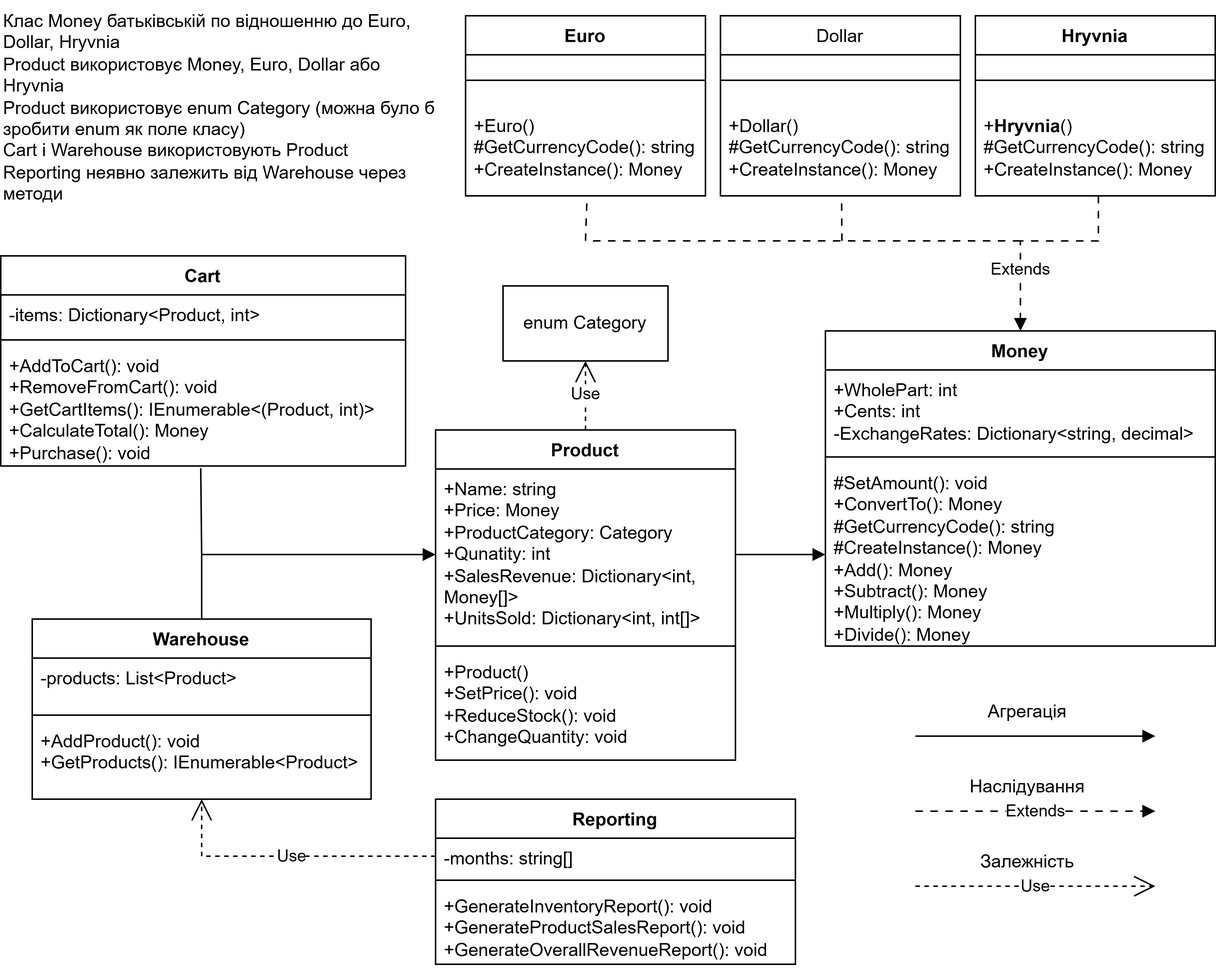
The draw.io diagram lab1/uml.png in ipzk241-zhdv/kpz, before a commit. Source tidied: cells renumbered, new cells last; positions are measured from the earlier drawing's top-left corner, leaving out a move shared by most shapes.
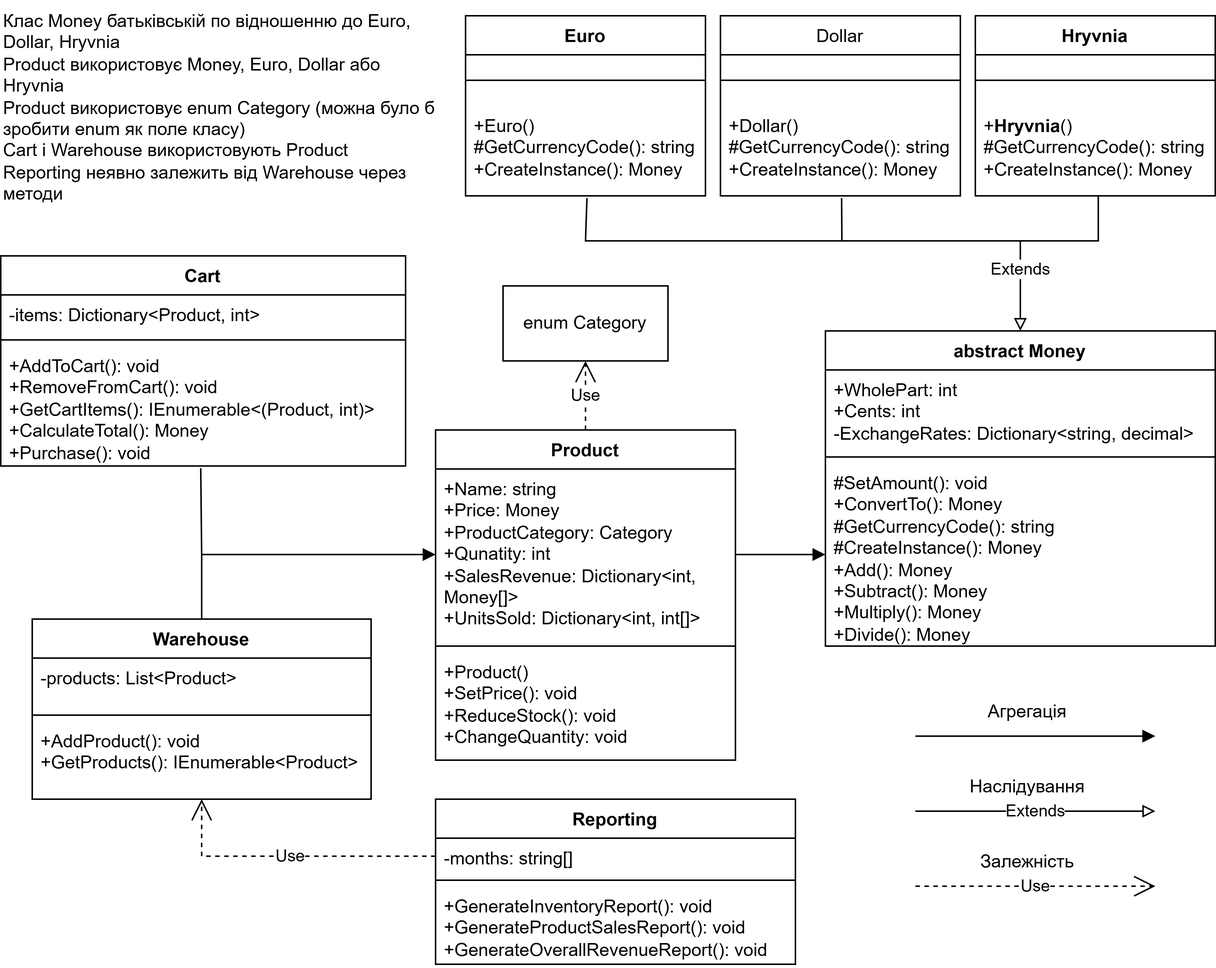
The same file after the commit.

Commit message:
lab1 readme, uml

Diff of the diagram source:
```diff
@@ -14,7 +14,7 @@
     <mxCell id="5" value="+AddToCart(): void&lt;div&gt;+RemoveFromCart(): void&lt;/div&gt;&lt;div&gt;+GetCartItems(): IEnumerable&amp;lt;(Product, int)&amp;gt;&lt;/div&gt;&lt;div&gt;+CalculateTotal(): Money&lt;/div&gt;&lt;div&gt;+Purchase(): void&lt;/div&gt;" style="text;strokeColor=none;fillColor=none;align=left;verticalAlign=top;spacingLeft=4;spacingRight=4;overflow=hidden;points=[[0,0.5],[1,0.5]];portConstraint=eastwest;whiteSpace=wrap;html=1;" parent="2" vertex="1">
       <mxGeometry y="60" width="270" height="80" as="geometry" />
     </mxCell>
-    <mxCell id="6" value="Money" style="swimlane;fontStyle=1;align=center;verticalAlign=top;horizontal=1;startSize=26;whiteSpace=wrap;html=1;" parent="1" vertex="1">
+    <mxCell id="6" value="abstract Money" style="swimlane;fontStyle=1;align=center;verticalAlign=top;horizontal=1;startSize=26;whiteSpace=wrap;html=1;" parent="1" vertex="1">
       <mxGeometry x="550" y="220" width="260" height="210" as="geometry" />
     </mxCell>
     <mxCell id="7" value="+WholePart: int&lt;div&gt;+Cents: int&lt;/div&gt;&lt;div&gt;-ExchangeRates: Dictionary&amp;lt;string, decimal&amp;gt;&lt;/div&gt;" style="text;strokeColor=none;fillColor=none;align=left;verticalAlign=top;spacingLeft=4;spacingRight=4;overflow=hidden;whiteSpace=wrap;html=1;" parent="6" vertex="1">
@@ -92,7 +92,7 @@
     <mxCell id="31" value="enum Category" style="html=1;whiteSpace=wrap;" parent="1" vertex="1">
       <mxGeometry x="335" y="190" width="110" height="50" as="geometry" />
     </mxCell>
-    <mxCell id="32" value="Extends" style="edgeStyle=orthogonalEdgeStyle;rounded=0;jettySize=auto;html=1;dashed=1;dashPattern=5 5;endArrow=block;" parent="1" edge="1" source="30" target="6">
+    <mxCell id="32" value="Extends" style="edgeStyle=orthogonalEdgeStyle;rounded=0;jettySize=auto;html=1;endArrow=block;endFill=0;" parent="1" edge="1" source="30" target="6">
       <mxGeometry x="0.42" relative="1" as="geometry">
         <Array as="points">
           <mxPoint x="732" y="160" />
@@ -124,7 +124,7 @@
     <mxCell id="38" value="Наслідування" style="text;html=1;align=center;verticalAlign=top;whiteSpace=wrap;rounded=0;" parent="1" vertex="1">
       <mxGeometry x="640" y="510" width="90" height="30" as="geometry" />
     </mxCell>
-    <mxCell id="39" value="Extends" style="edgeStyle=orthogonalEdgeStyle;rounded=0;orthogonalLoop=1;jettySize=auto;html=1;dashed=1;dashPattern=5 5;endArrow=block;" parent="1" edge="1">
+    <mxCell id="39" value="Extends" style="edgeStyle=orthogonalEdgeStyle;rounded=0;orthogonalLoop=1;jettySize=auto;html=1;endArrow=block;endFill=0;" parent="1" edge="1">
       <mxGeometry relative="1" as="geometry">
         <mxPoint x="610" y="540" as="sourcePoint" />
         <mxPoint x="770" y="540" as="targetPoint" />
@@ -155,7 +155,7 @@
         <mxPoint x="770" y="490" as="targetPoint" />
       </mxGeometry>
     </mxCell>
-    <mxCell id="45" style="endArrow=none;dashed=1;html=1;rounded=0;entryX=0.506;entryY=1.025;entryDx=0;entryDy=0;entryPerimeter=0;dashPattern=5 5;" parent="1" edge="1" target="24">
+    <mxCell id="45" style="endArrow=none;html=1;rounded=0;entryX=0.506;entryY=1.025;entryDx=0;entryDy=0;entryPerimeter=0;" parent="1" edge="1" target="24">
       <mxGeometry relative="1" as="geometry">
         <mxPoint x="680" y="160" as="sourcePoint" />
         <Array as="points">
@@ -163,7 +163,7 @@
         </Array>
       </mxGeometry>
     </mxCell>
-    <mxCell id="46" style="endArrow=none;dashed=1;html=1;rounded=0;entryX=0.505;entryY=1.025;entryDx=0;entryDy=0;entryPerimeter=0;dashPattern=5 5;" parent="1" edge="1" target="27">
+    <mxCell id="46" style="endArrow=none;html=1;rounded=0;entryX=0.505;entryY=1.025;entryDx=0;entryDy=0;entryPerimeter=0;" parent="1" edge="1" target="27">
       <mxGeometry relative="1" as="geometry">
         <mxPoint x="561" y="160" as="sourcePoint" />
       </mxGeometry>
```
